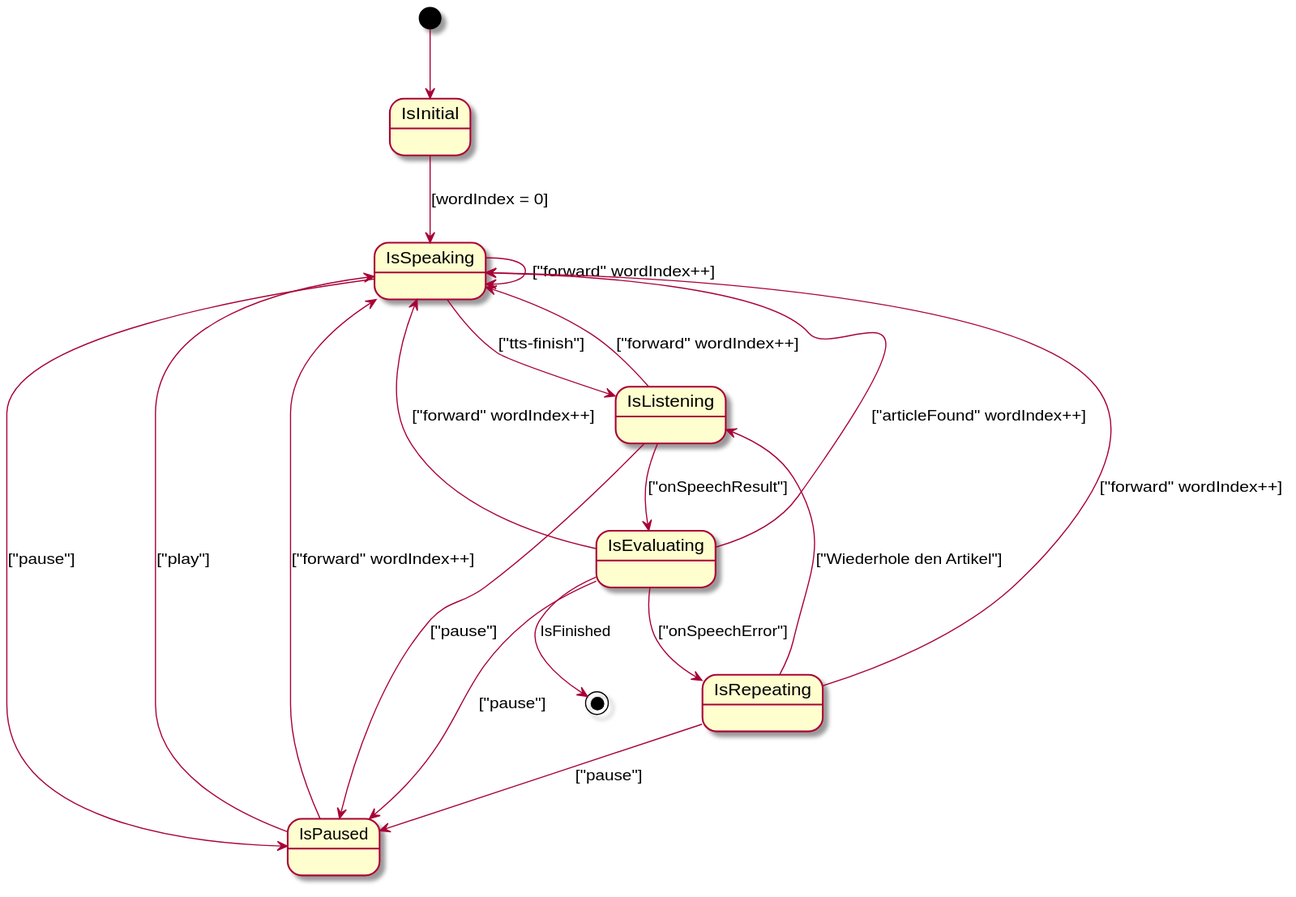
Earlier version of the PlantUML export doc/plantUml.svg (Leelu55/Articulus).
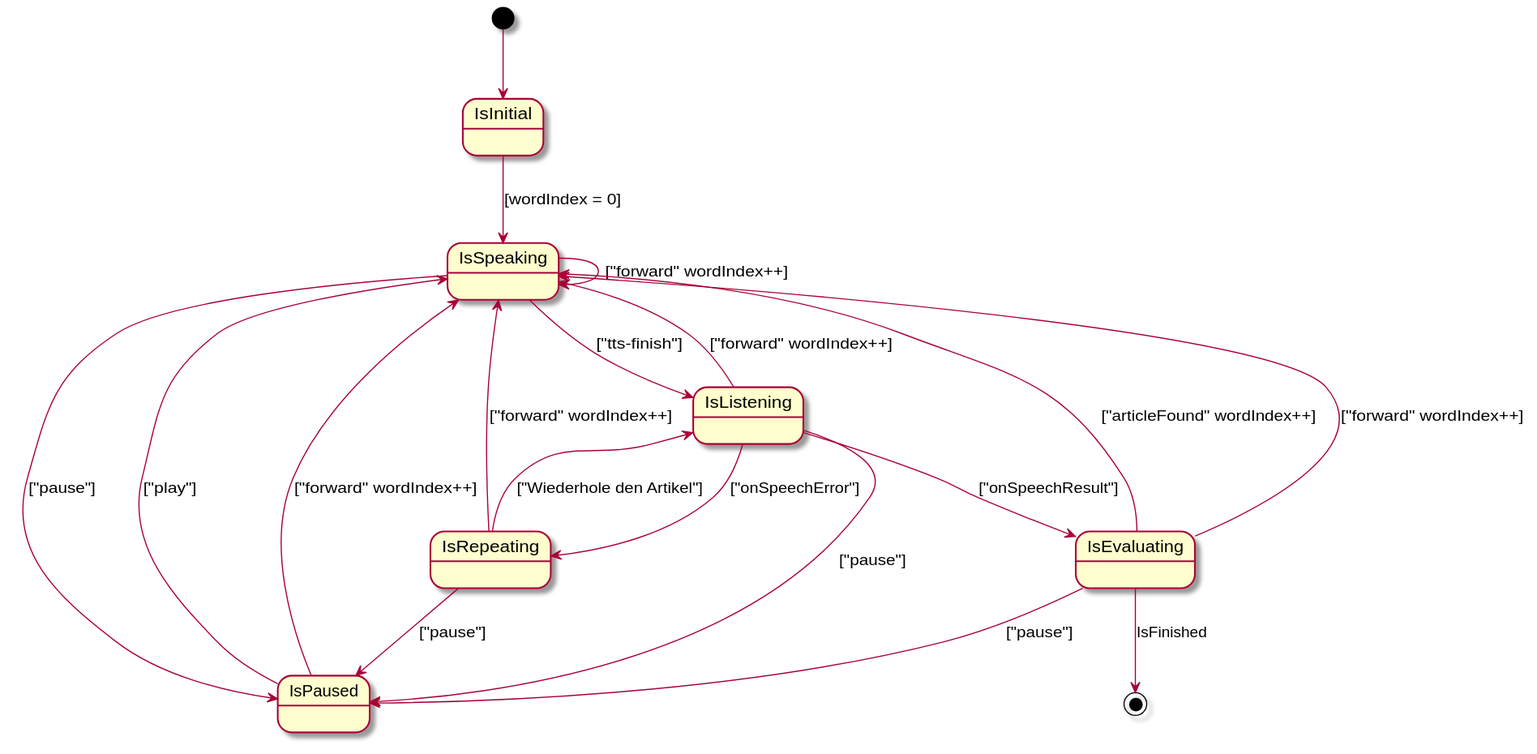
After the change.

Commit message:
implementing IsEvaluating state for visualising answer feedback

The edit, as a diff of the source:
```diff
@@ -7,6 +7,7 @@
 IsSpeaking --> IsPaused : ["pause"]
 
 IsListening --> IsEvaluating : ["onSpeechResult"]
+IsListening --> IsRepeating : ["onSpeechError"]
 IsListening --> IsSpeaking : ["forward" wordIndex++]
 IsListening --> IsPaused : ["pause"]
 
@@ -17,7 +18,6 @@
 IsRepeating --> IsSpeaking : ["forward" wordIndex++]
 IsRepeating --> IsPaused : ["pause"]
 
-IsEvaluating --> IsRepeating : ["onSpeechError"]
 IsEvaluating --> IsSpeaking: ["articleFound" wordIndex++]
 IsEvaluating --> IsSpeaking : ["forward" wordIndex++]
 IsEvaluating --> IsPaused : ["pause"]
```
